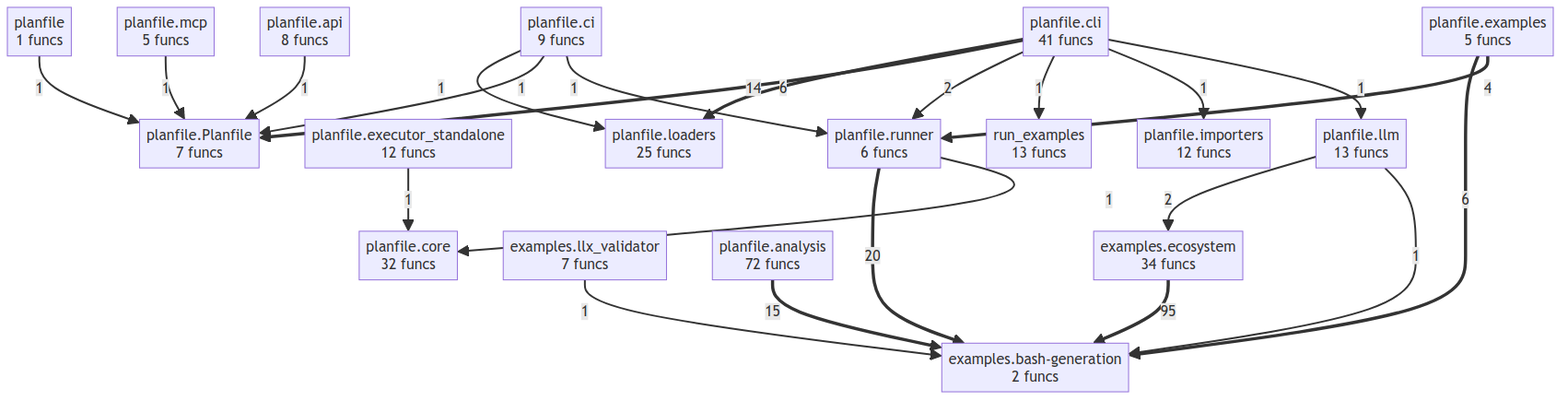
semcod/planfile keeps this Mermaid diagram as project/compact_flow.png. Above is the earlier version. Its source is kept beside it as project/compact_flow.mmd.
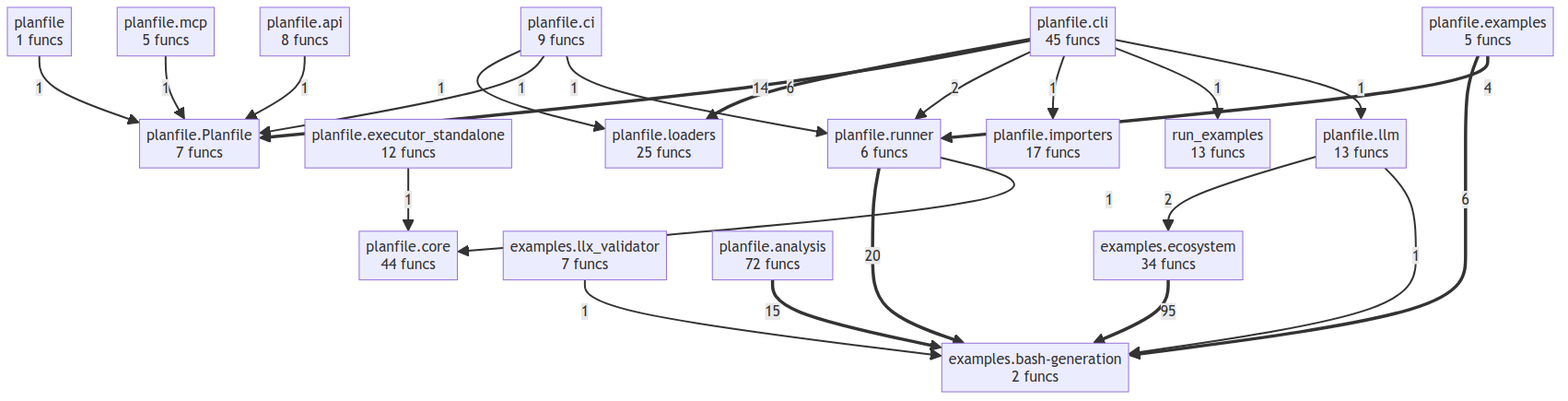
After the change.

Change to the diagram source:
```diff
@@ -7,11 +7,11 @@
     planfile__analysis["planfile.analysis<br/>72 funcs"]
     planfile__api["planfile.api<br/>8 funcs"]
     planfile__ci["planfile.ci<br/>9 funcs"]
-    planfile__cli["planfile.cli<br/>41 funcs"]
-    planfile__core["planfile.core<br/>32 funcs"]
+    planfile__cli["planfile.cli<br/>45 funcs"]
+    planfile__core["planfile.core<br/>44 funcs"]
     planfile__examples["planfile.examples<br/>5 funcs"]
     planfile__executor_standalone["planfile.executor_standalone<br/>12 funcs"]
-    planfile__importers["planfile.importers<br/>12 funcs"]
+    planfile__importers["planfile.importers<br/>17 funcs"]
     planfile__llm["planfile.llm<br/>13 funcs"]
     planfile__loaders["planfile.loaders<br/>25 funcs"]
     planfile__mcp["planfile.mcp<br/>5 funcs"]
@@ -33,9 +33,9 @@
     planfile__ci -->|1| planfile__loaders
     planfile__ci -->|1| planfile__Planfile
     planfile__ci -->|1| planfile__runner
-    planfile__cli -->|1| run_examples
     planfile__llm -->|1| examples__bash_generation
     planfile__mcp -->|1| planfile__Planfile
     planfile__cli -->|1| planfile__importers
+    planfile__cli -->|1| run_examples
     planfile__cli -->|1| planfile__llm
     planfile__api -->|1| planfile__Planfile
```
